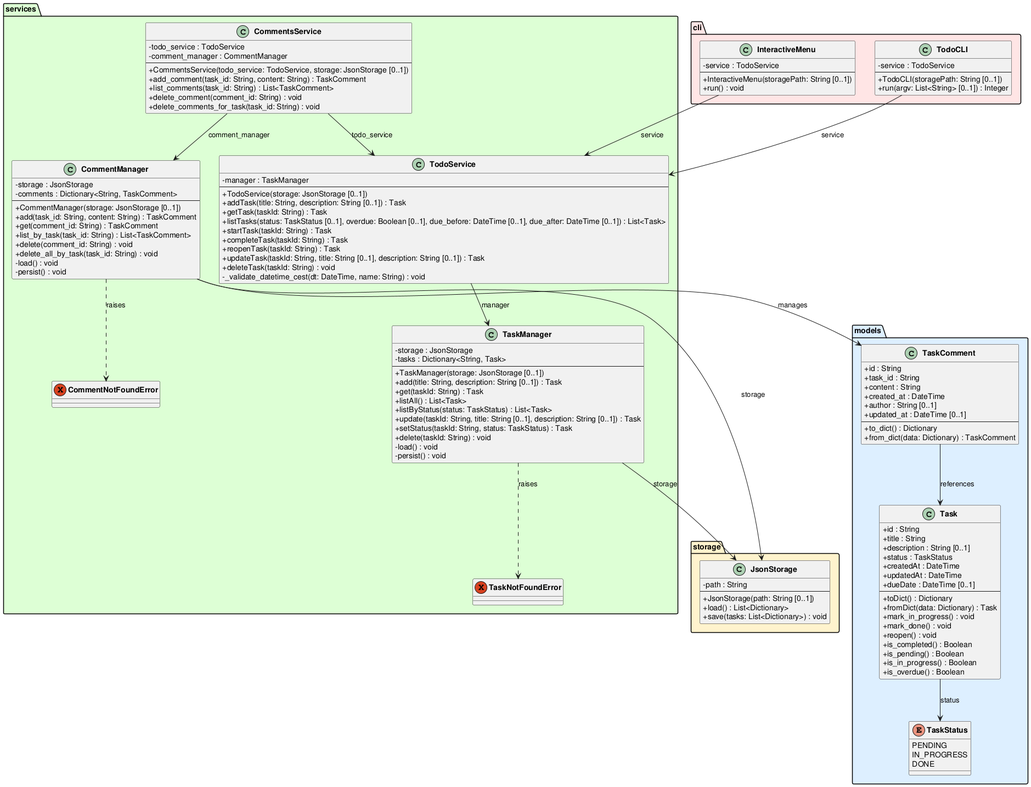
Earlier version of the PlantUML export experiments/supervisor_as_tools/test_driven/TODO/artifacts/class_diagram.png (DanielRiha8906/Software_autoevolution_using_agents).
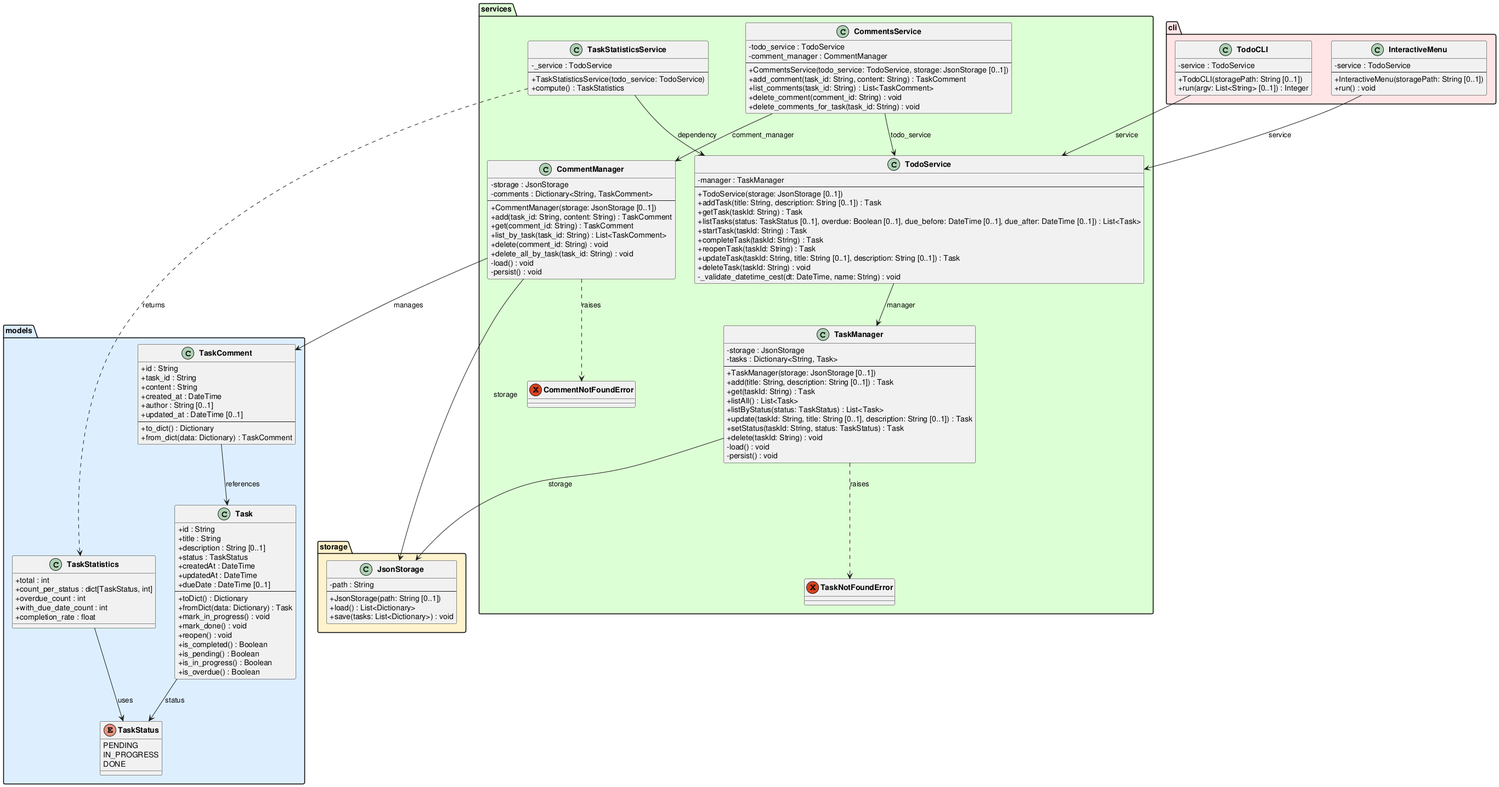
Later version of the same file.

What changed in the source:
```diff
@@ -40,6 +40,14 @@
         +is_pending() : Boolean
         +is_in_progress() : Boolean
         +is_overdue() : Boolean
+    }
+
+    class TaskStatistics {
+        +total : int
+        +count_per_status : dict[TaskStatus, int]
+        +overdue_count : int
+        +with_due_date_count : int
+        +completion_rate : float
     }
 }
 
@@ -112,6 +120,13 @@
         +delete_comment(comment_id: String) : void
         +delete_comments_for_task(task_id: String) : void
     }
+
+    class TaskStatisticsService {
+        -_service : TodoService
+        --
+        +TaskStatisticsService(todo_service: TodoService)
+        +compute() : TaskStatistics
+    }
 }
 
 package "cli" #FFE5E5 {
@@ -140,6 +155,9 @@
 TodoService --> TaskManager : manager
 CommentsService --> TodoService : todo_service
 CommentsService --> CommentManager : comment_manager
+TaskStatisticsService --> TodoService : dependency
+TaskStatisticsService ..> TaskStatistics : returns
+TaskStatistics --> TaskStatus : uses
 TodoCLI --> TodoService : service
 InteractiveMenu --> TodoService : service
 
```
